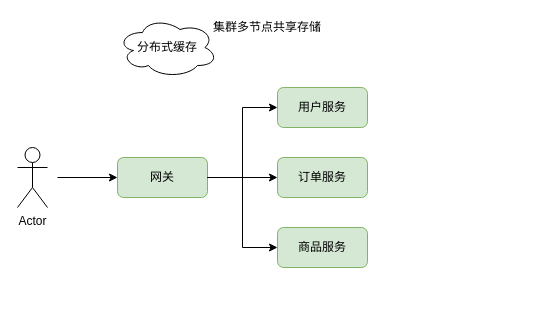
The draw.io diagram Untitled Diagram.drawio in KevinPeng520/view-produce-project, before the edit. Source tidied: cells renumbered, new cells numbered last; positions are measured from the earlier drawing's top-left corner, leaving out a move shared by most shapes. Both pictures are drawn from the tidied source at 100%, with x=0, y=0 at pixel (17, 17).
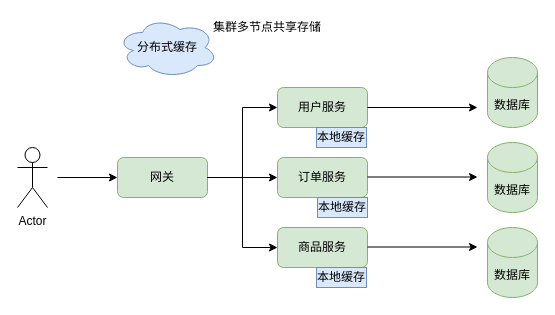
The same diagram, later.

Commit message:
分布式缓存和本地缓存结合

Change to the diagram source:
```diff
@@
-    <mxCell id="5" value="分布式缓存" style="ellipse;shape=cloud;whiteSpace=wrap;html=1;align=center;fontColor=#000000;strokeColor=#000000;" parent="1" vertex="1">
+    <mxCell id="5" value="分布式缓存" style="ellipse;shape=cloud;whiteSpace=wrap;html=1;align=center;strokeColor=#6c8ebf;fillColor=#dae8fc;" parent="1" vertex="1">
       <mxGeometry x="100" width="100" height="60" as="geometry" />
     </mxCell>
@@
+    <mxCell id="13" value="本地缓存" style="text;html=1;strokeColor=#6c8ebf;fillColor=#dae8fc;align=center;verticalAlign=middle;whiteSpace=wrap;rounded=0;" parent="1" vertex="1">
+      <mxGeometry x="299" y="110" width="50" height="20" as="geometry" />
+    </mxCell>
+    <mxCell id="14" value="本地缓存" style="text;html=1;strokeColor=#6c8ebf;fillColor=#dae8fc;align=center;verticalAlign=middle;whiteSpace=wrap;rounded=0;" parent="1" vertex="1">
+      <mxGeometry x="300" y="180" width="50" height="20" as="geometry" />
+    </mxCell>
+    <mxCell id="15" value="本地缓存" style="text;html=1;strokeColor=#6c8ebf;fillColor=#dae8fc;align=center;verticalAlign=middle;whiteSpace=wrap;rounded=0;" parent="1" vertex="1">
+      <mxGeometry x="299" y="250" width="50" height="20" as="geometry" />
+    </mxCell>
+    <mxCell id="16" value="数据库" style="shape=cylinder3;whiteSpace=wrap;html=1;boundedLbl=1;backgroundOutline=1;size=15;strokeColor=#82b366;fillColor=#d5e8d4;" parent="1" vertex="1">
+      <mxGeometry x="470" y="40" width="50" height="70" as="geometry" />
+    </mxCell>
+    <mxCell id="17" value="数据库" style="shape=cylinder3;whiteSpace=wrap;html=1;boundedLbl=1;backgroundOutline=1;size=15;strokeColor=#82b366;fillColor=#d5e8d4;" parent="1" vertex="1">
+      <mxGeometry x="470" y="125" width="50" height="70" as="geometry" />
+    </mxCell>
+    <mxCell id="18" value="数据库" style="shape=cylinder3;whiteSpace=wrap;html=1;boundedLbl=1;backgroundOutline=1;size=15;strokeColor=#82b366;fillColor=#d5e8d4;" parent="1" vertex="1">
+      <mxGeometry x="470" y="210" width="50" height="70" as="geometry" />
+    </mxCell>
+    <mxCell id="19" style="endArrow=classic;html=1;rounded=0;fontColor=#000000;" parent="1" edge="1">
+      <mxGeometry relative="1" as="geometry">
+        <mxPoint x="350" y="90" as="sourcePoint" />
+        <mxPoint x="460" y="90" as="targetPoint" />
+      </mxGeometry>
+    </mxCell>
+    <mxCell id="20" style="endArrow=classic;html=1;rounded=0;fontColor=#000000;" parent="1" edge="1">
+      <mxGeometry relative="1" as="geometry">
+        <mxPoint x="350" y="229.5" as="sourcePoint" />
+        <mxPoint x="460" y="229.5" as="targetPoint" />
+      </mxGeometry>
+    </mxCell>
+    <mxCell id="21" style="endArrow=classic;html=1;rounded=0;fontColor=#000000;" parent="1" edge="1">
+      <mxGeometry relative="1" as="geometry">
+        <mxPoint x="350" y="159.5" as="sourcePoint" />
+        <mxPoint x="460" y="159.5" as="targetPoint" />
+      </mxGeometry>
+    </mxCell>
```
